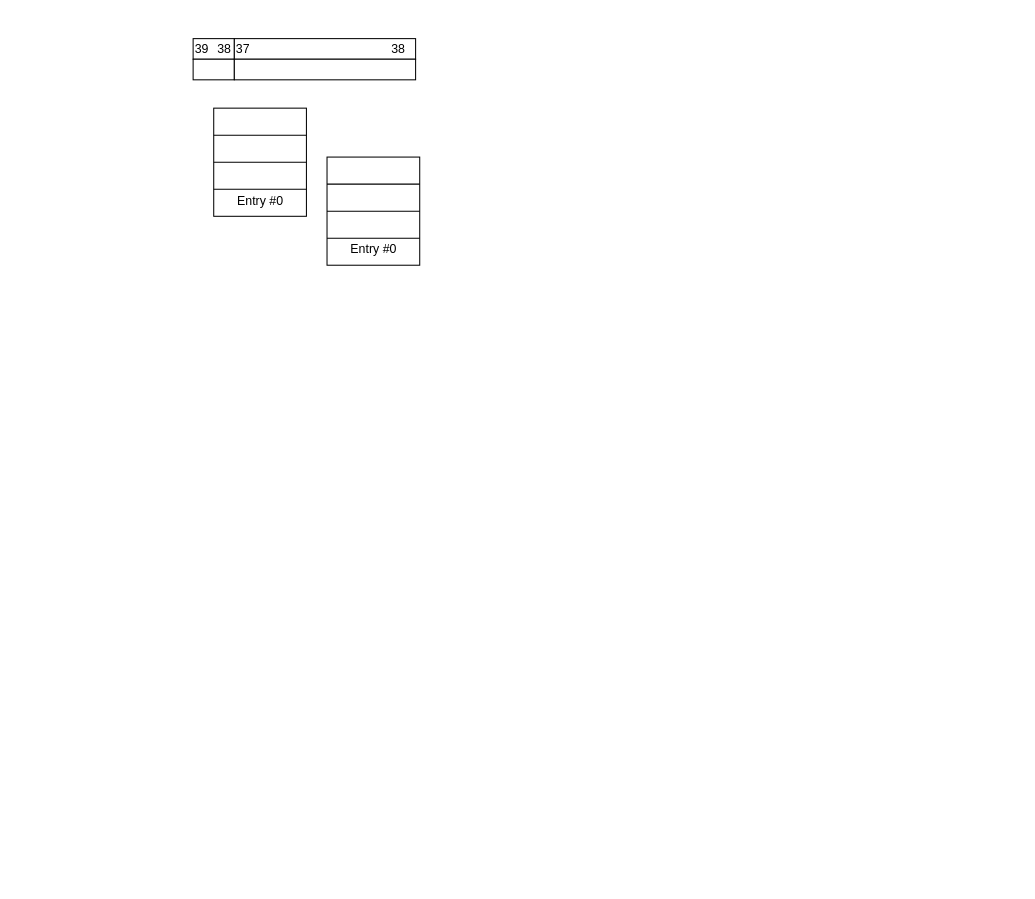
Before: Untitled Diagram.drawio in ayals99/HW4_OS, a draw.io diagram. Source tidied: cells renumbered, new cells numbered last; positions are measured from the earlier drawing's top-left corner, leaving out a move shared by most shapes. Both pictures are drawn from the tidied source at 103%, with x=0, y=0 at pixel (193, 33).
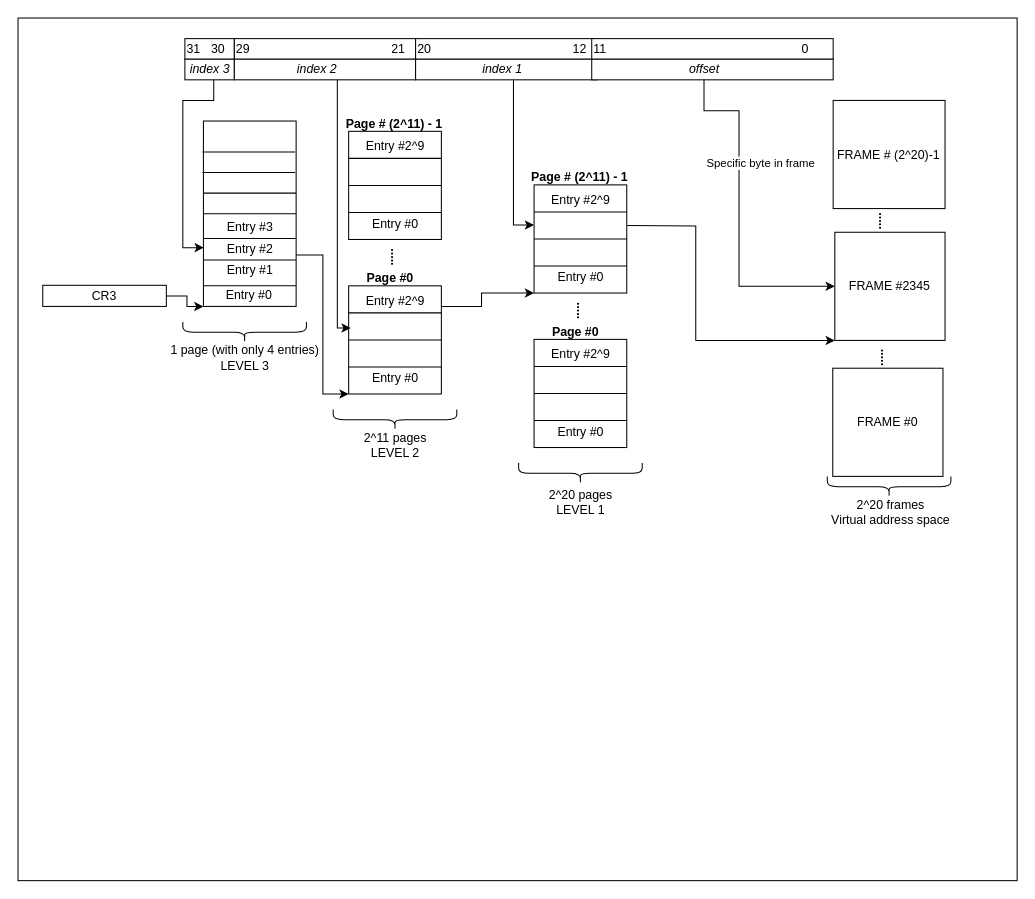
After the change.

Unchanged cells that the change refers to:
```xml
<mxCell id="10" style="rounded=0;whiteSpace=wrap;html=1;" parent="9" vertex="1">
  <mxGeometry y="25" width="176" height="20" as="geometry" />
</mxCell>
<mxCell id="19" style="rounded=1;whiteSpace=wrap;html=1;fontSize=12;glass=0;strokeWidth=1;shadow=0;arcSize=0;" parent="18" vertex="1">
  <mxGeometry width="90" height="105" as="geometry" />
</mxCell>
```

The edit, as a diff of the source:
```diff
@@
+    <mxCell id="24" style="whiteSpace=wrap;html=1;" parent="1" vertex="1">
+      <mxGeometry x="-170" y="-15" width="970" height="837.5" as="geometry" />
+    </mxCell>
     <mxCell id="2" style="group;" parent="1" vertex="1">
-      <mxGeometry y="5" width="50" height="40" as="geometry" />
+      <mxGeometry x="-8" y="5" width="60" height="45" as="geometry" />
     </mxCell>
-    <mxCell id="3" value="39" style="rounded=0;whiteSpace=wrap;html=1;align=left;" parent="2" vertex="1">
-      <mxGeometry width="40" height="20" as="geometry" />
+    <mxCell id="3" value="31" style="rounded=0;whiteSpace=wrap;html=1;align=left;" parent="2" vertex="1">
+      <mxGeometry width="48" height="20" as="geometry" />
     </mxCell>
     <mxCell id="4" style="group;" parent="2" vertex="1">
-      <mxGeometry y="-5" width="50" height="45" as="geometry" />
+      <mxGeometry y="-5" width="60" height="50" as="geometry" />
     </mxCell>
     <mxCell id="5" style="rounded=0;whiteSpace=wrap;html=1;" parent="4" vertex="1">
-      <mxGeometry y="25" width="40" height="20" as="geometry" />
+      <mxGeometry y="25" width="48" height="20" as="geometry" />
     </mxCell>
-    <mxCell id="6" value="38" style="text;html=1;align=center;verticalAlign=middle;strokeColor=none;fillColor=none;" parent="4" vertex="1">
-      <mxGeometry x="10" width="40" height="30" as="geometry" />
+    <mxCell id="6" value="30" style="text;html=1;align=center;verticalAlign=middle;strokeColor=none;fillColor=none;" parent="4" vertex="1">
+      <mxGeometry x="12" width="40" height="30" as="geometry" />
     </mxCell>
+    <mxCell id="25" value="&lt;i&gt;index 3&lt;/i&gt;" style="text;html=1;align=center;verticalAlign=middle;points=[];strokeColor=none;fillColor=none;" parent="4" vertex="1">
+      <mxGeometry x="-6" y="20" width="60" height="30" as="geometry" />
+    </mxCell>
     <mxCell id="7" style="group;" parent="1" vertex="1">
-      <mxGeometry x="40" y="5" width="220" height="40" as="geometry" />
+      <mxGeometry x="40" y="5" width="220" height="45" as="geometry" />
     </mxCell>
-    <mxCell id="8" value="37" style="rounded=0;whiteSpace=wrap;html=1;align=left;" parent="7" vertex="1">
+    <mxCell id="8" value="29" style="rounded=0;whiteSpace=wrap;html=1;align=left;" parent="7" vertex="1">
       <mxGeometry width="176" height="20" as="geometry" />
     </mxCell>
     <mxCell id="9" style="group;" parent="7" vertex="1">
-      <mxGeometry y="-5" width="220" height="45" as="geometry" />
+      <mxGeometry y="-5" width="220" height="50" as="geometry" />
     </mxCell>
@@
-    <mxCell id="11" value="38" style="text;html=1;align=center;verticalAlign=middle;strokeColor=none;fillColor=none;" parent="9" vertex="1">
+    <mxCell id="11" value="21" style="text;html=1;align=center;verticalAlign=middle;strokeColor=none;fillColor=none;" parent="9" vertex="1">
       <mxGeometry x="138.9" width="40" height="30" as="geometry" />
     </mxCell>
+    <mxCell id="26" value="&lt;i&gt;index 2&lt;/i&gt;" style="text;html=1;align=center;verticalAlign=middle;strokeColor=none;fillColor=none;" parent="9" vertex="1">
+      <mxGeometry x="50" y="20" width="60" height="30" as="geometry" />
+    </mxCell>
+    <mxCell id="27" style="group;" parent="1" vertex="1">
+      <mxGeometry x="216" y="5" width="220" height="68" as="geometry" />
+    </mxCell>
+    <mxCell id="28" value="20" style="rounded=0;whiteSpace=wrap;html=1;align=left;" parent="27" vertex="1">
+      <mxGeometry width="176" height="20" as="geometry" />
+    </mxCell>
+    <mxCell id="29" style="group;" parent="27" vertex="1">
+      <mxGeometry y="-5" width="220" height="73" as="geometry" />
+    </mxCell>
+    <mxCell id="30" style="rounded=0;whiteSpace=wrap;html=1;" parent="29" vertex="1">
+      <mxGeometry y="25" width="176" height="20" as="geometry" />
+    </mxCell>
+    <mxCell id="31" value="12" style="text;html=1;align=center;verticalAlign=middle;strokeColor=none;fillColor=none;" parent="29" vertex="1">
+      <mxGeometry x="138.9" width="40" height="30" as="geometry" />
+    </mxCell>
+    <mxCell id="32" value="&lt;i&gt;index 1&lt;/i&gt;" style="text;html=1;align=center;verticalAlign=middle;strokeColor=none;fillColor=none;" parent="29" vertex="1">
+      <mxGeometry x="54" y="20" width="60" height="30" as="geometry" />
+    </mxCell>
+    <mxCell id="33" style="group;" parent="1" vertex="1">
+      <mxGeometry x="387" y="5" width="293" height="45" as="geometry" />
+    </mxCell>
+    <mxCell id="34" value="11" style="rounded=0;whiteSpace=wrap;html=1;align=left;" parent="33" vertex="1">
+      <mxGeometry width="234.4" height="20" as="geometry" />
+    </mxCell>
+    <mxCell id="35" style="group;" parent="33" vertex="1">
+      <mxGeometry y="-5" width="293" height="50" as="geometry" />
+    </mxCell>
+    <mxCell id="36" style="rounded=0;whiteSpace=wrap;html=1;" parent="35" vertex="1">
+      <mxGeometry y="25" width="234.4" height="20" as="geometry" />
+    </mxCell>
+    <mxCell id="37" value="0" style="text;html=1;align=center;verticalAlign=middle;strokeColor=none;fillColor=none;" parent="35" vertex="1">
+      <mxGeometry x="191.7" width="30" height="30" as="geometry" />
+    </mxCell>
+    <mxCell id="38" value="&lt;i&gt;offset&lt;/i&gt;" style="text;html=1;align=center;verticalAlign=middle;strokeColor=none;fillColor=none;" parent="35" vertex="1">
+      <mxGeometry x="83.9" y="20" width="50" height="30" as="geometry" />
+    </mxCell>
+    <mxCell id="39" style="group;" parent="1" vertex="1">
+      <mxGeometry x="10" y="85" width="90" height="180" as="geometry" />
+    </mxCell>
-    <mxCell id="12" style="group;" parent="1" vertex="1">
-      <mxGeometry x="20" y="72.5" width="90" height="105" as="geometry" />
+    <mxCell id="12" style="group;" parent="39" vertex="1">
+      <mxGeometry width="90" height="180" as="geometry" />
     </mxCell>
     <mxCell id="13" style="rounded=1;whiteSpace=wrap;html=1;fontSize=12;glass=0;strokeWidth=1;shadow=0;arcSize=0;" parent="12" vertex="1">
-      <mxGeometry width="90" height="105" as="geometry" />
+      <mxGeometry width="90" height="180" as="geometry" />
     </mxCell>
     <mxCell id="14" value="Entry #0" style="text;html=1;align=center;verticalAlign=middle;strokeColor=none;fillColor=none;" parent="12" vertex="1">
-      <mxGeometry x="10" y="75" width="70" height="30" as="geometry" />
+      <mxGeometry x="9" y="154" width="70" height="30" as="geometry" />
     </mxCell>
-    <mxCell id="15" style="endArrow=none;html=1;rounded=0;exitX=0;exitY=0.25;exitDx=0;exitDy=0;entryX=1;entryY=0.25;entryDx=0;entryDy=0;" parent="12" edge="1" source="13" target="13">
-      <mxGeometry relative="1" as="geometry" />
+    <mxCell id="15" style="endArrow=none;html=1;rounded=0;exitX=0;exitY=0.25;exitDx=0;exitDy=0;entryX=1;entryY=0.25;entryDx=0;entryDy=0;" parent="12" edge="1">
+      <mxGeometry relative="1" as="geometry">
+        <mxPoint y="70" as="sourcePoint" />
+        <mxPoint x="90" y="70" as="targetPoint" />
+      </mxGeometry>
     </mxCell>
+    <mxCell id="17" style="endArrow=none;html=1;rounded=0;exitX=0;exitY=0.75;exitDx=0;exitDy=0;entryX=1;entryY=0.75;entryDx=0;entryDy=0;" parent="12" edge="1">
+      <mxGeometry relative="1" as="geometry">
+        <mxPoint y="160" as="sourcePoint" />
+        <mxPoint x="90" y="160" as="targetPoint" />
+      </mxGeometry>
+    </mxCell>
@@
-    <mxCell id="17" style="endArrow=none;html=1;rounded=0;exitX=0;exitY=0.75;exitDx=0;exitDy=0;entryX=1;entryY=0.75;entryDx=0;entryDy=0;" parent="12" edge="1" source="13" target="13">
-      <mxGeometry relative="1" as="geometry" />
-    </mxCell>
+    <mxCell id="40" value="Entry #1" style="text;html=1;align=center;verticalAlign=middle;strokeColor=none;fillColor=none;" parent="12" vertex="1">
+      <mxGeometry x="10" y="130" width="70" height="30" as="geometry" />
+    </mxCell>
+    <mxCell id="41" value="Entry #3" style="text;html=1;align=center;verticalAlign=middle;strokeColor=none;fillColor=none;" parent="12" vertex="1">
+      <mxGeometry x="10" y="88" width="70" height="30" as="geometry" />
+    </mxCell>
+    <mxCell id="42" style="endArrow=none;html=1;rounded=0;exitX=0;exitY=0.25;exitDx=0;exitDy=0;entryX=1;entryY=0.25;entryDx=0;entryDy=0;" parent="12" edge="1">
+      <mxGeometry relative="1" as="geometry">
+        <mxPoint x="-1" y="50" as="sourcePoint" />
+        <mxPoint x="89" y="50" as="targetPoint" />
+      </mxGeometry>
+    </mxCell>
+    <mxCell id="43" style="endArrow=none;html=1;rounded=0;exitX=0;exitY=0.25;exitDx=0;exitDy=0;entryX=1;entryY=0.25;entryDx=0;entryDy=0;" parent="12" edge="1">
+      <mxGeometry relative="1" as="geometry">
+        <mxPoint x="-1" y="30" as="sourcePoint" />
+        <mxPoint x="89" y="30" as="targetPoint" />
+      </mxGeometry>
+    </mxCell>
+    <mxCell id="44" value="Entry #2" style="text;html=1;align=center;verticalAlign=middle;strokeColor=none;fillColor=none;" parent="39" vertex="1">
+      <mxGeometry x="10" y="110" width="70" height="30" as="geometry" />
+    </mxCell>
+    <mxCell id="45" style="endArrow=none;html=1;rounded=0;exitX=0;exitY=0.25;exitDx=0;exitDy=0;entryX=1;entryY=0.25;entryDx=0;entryDy=0;" parent="39" edge="1">
+      <mxGeometry relative="1" as="geometry">
+        <mxPoint y="114" as="sourcePoint" />
+        <mxPoint x="90" y="114" as="targetPoint" />
+      </mxGeometry>
+    </mxCell>
+    <mxCell id="46" style="endArrow=none;html=1;rounded=0;exitX=0;exitY=0.25;exitDx=0;exitDy=0;entryX=1;entryY=0.25;entryDx=0;entryDy=0;" parent="39" edge="1">
+      <mxGeometry relative="1" as="geometry">
+        <mxPoint y="135" as="sourcePoint" />
+        <mxPoint x="90" y="135" as="targetPoint" />
+      </mxGeometry>
+    </mxCell>
     <mxCell id="18" style="group;" parent="1" vertex="1">
-      <mxGeometry x="130" y="120" width="90" height="105" as="geometry" />
+      <mxGeometry x="151" y="245" width="90" height="105" as="geometry" />
     </mxCell>
@@
+    <mxCell id="47" value="Entry #2^9" style="text;html=1;align=center;verticalAlign=middle;strokeColor=none;fillColor=none;" parent="18" vertex="1">
+      <mxGeometry x="5" width="80" height="30" as="geometry" />
+    </mxCell>
+    <mxCell id="48" value="Page # (2^11) - 1" style="text;html=1;align=center;verticalAlign=middle;strokeColor=none;fillColor=none;fontStyle=1;" parent="1" vertex="1">
+      <mxGeometry x="140" y="73" width="110" height="30" as="geometry" />
+    </mxCell>
+    <mxCell id="49" style="group;" parent="1" vertex="1">
+      <mxGeometry x="151" y="95" width="90" height="105" as="geometry" />
+    </mxCell>
+    <mxCell id="50" style="rounded=1;whiteSpace=wrap;html=1;fontSize=12;glass=0;strokeWidth=1;shadow=0;arcSize=0;" parent="49" vertex="1">
+      <mxGeometry width="90" height="105" as="geometry" />
+    </mxCell>
+    <mxCell id="51" value="Entry #0" style="text;html=1;align=center;verticalAlign=middle;strokeColor=none;fillColor=none;" parent="49" vertex="1">
+      <mxGeometry x="10" y="75" width="70" height="30" as="geometry" />
+    </mxCell>
+    <mxCell id="52" style="endArrow=none;html=1;rounded=0;exitX=0;exitY=0.25;exitDx=0;exitDy=0;entryX=1;entryY=0.25;entryDx=0;entryDy=0;" parent="49" edge="1" source="50" target="50">
+      <mxGeometry relative="1" as="geometry" />
+    </mxCell>
+    <mxCell id="53" style="endArrow=none;html=1;rounded=0;exitX=0;exitY=0.5;exitDx=0;exitDy=0;entryX=1;entryY=0.5;entryDx=0;entryDy=0;" parent="49" edge="1" source="50" target="50">
+      <mxGeometry relative="1" as="geometry" />
+    </mxCell>
+    <mxCell id="54" style="endArrow=none;html=1;rounded=0;exitX=0;exitY=0.75;exitDx=0;exitDy=0;entryX=1;entryY=0.75;entryDx=0;entryDy=0;" parent="49" edge="1" source="50" target="50">
+      <mxGeometry relative="1" as="geometry" />
+    </mxCell>
+    <mxCell id="55" value="Entry #2^9" style="text;html=1;align=center;verticalAlign=middle;strokeColor=none;fillColor=none;" parent="49" vertex="1">
+      <mxGeometry x="5" width="80" height="30" as="geometry" />
+    </mxCell>
+    <mxCell id="56" style="shape=curlyBracket;whiteSpace=wrap;html=1;rounded=1;labelPosition=left;verticalLabelPosition=middle;align=right;verticalAlign=middle;rotation=-90;" parent="1" vertex="1">
+      <mxGeometry x="186" y="315" width="20" height="120" as="geometry" />
+    </mxCell>
+    <mxCell id="57" value="2^11 pages&lt;div&gt;LEVEL 2&lt;/div&gt;" style="text;html=1;align=center;verticalAlign=middle;strokeColor=none;fillColor=none;" parent="1" vertex="1">
+      <mxGeometry x="156" y="380" width="80" height="40" as="geometry" />
+    </mxCell>
+    <mxCell id="58" value="Page #0" style="text;html=1;align=center;verticalAlign=middle;strokeColor=none;fillColor=none;fontStyle=1;" parent="1" vertex="1">
+      <mxGeometry x="156" y="223" width="70" height="30" as="geometry" />
+    </mxCell>
+    <mxCell id="59" value="....." style="text;html=1;align=center;verticalAlign=middle;strokeColor=none;fillColor=none;rotation=-90;fontStyle=1;" parent="1" vertex="1">
+      <mxGeometry x="171" y="203" width="40" height="30" as="geometry" />
+    </mxCell>
+    <mxCell id="60" style="edgeStyle=orthogonalEdgeStyle;rounded=0;jettySize=auto;html=1;entryX=0.004;entryY=0.683;entryDx=0;entryDy=0;entryPerimeter=0;exitX=0.567;exitY=0.833;exitDx=0;exitDy=0;exitPerimeter=0;" parent="1" edge="1" source="25" target="13">
+      <mxGeometry relative="1" as="geometry">
+        <Array as="points">
+          <mxPoint x="20" y="65" />
+          <mxPoint x="-10" y="65" />
+          <mxPoint x="-10" y="208" />
+        </Array>
+      </mxGeometry>
+    </mxCell>
+    <mxCell id="61" style="edgeStyle=orthogonalEdgeStyle;rounded=0;jettySize=auto;html=1;entryX=0;entryY=1;entryDx=0;entryDy=0;" parent="1" edge="1" source="13" target="19">
+      <mxGeometry relative="1" as="geometry">
+        <Array as="points">
+          <mxPoint x="126" y="215" />
+          <mxPoint x="126" y="350" />
+        </Array>
+      </mxGeometry>
+    </mxCell>
+    <mxCell id="62" style="group;" parent="1" vertex="1">
+      <mxGeometry x="331" y="297" width="90" height="105" as="geometry" />
+    </mxCell>
+    <mxCell id="63" style="rounded=1;whiteSpace=wrap;html=1;fontSize=12;glass=0;strokeWidth=1;shadow=0;arcSize=0;" parent="62" vertex="1">
+      <mxGeometry width="90" height="105" as="geometry" />
+    </mxCell>
+    <mxCell id="64" value="Entry #0" style="text;html=1;align=center;verticalAlign=middle;strokeColor=none;fillColor=none;" parent="62" vertex="1">
+      <mxGeometry x="10" y="75" width="70" height="30" as="geometry" />
+    </mxCell>
+    <mxCell id="65" style="endArrow=none;html=1;rounded=0;exitX=0;exitY=0.25;exitDx=0;exitDy=0;entryX=1;entryY=0.25;entryDx=0;entryDy=0;" parent="62" edge="1" source="63" target="63">
+      <mxGeometry relative="1" as="geometry" />
+    </mxCell>
+    <mxCell id="66" style="endArrow=none;html=1;rounded=0;exitX=0;exitY=0.5;exitDx=0;exitDy=0;entryX=1;entryY=0.5;entryDx=0;entryDy=0;" parent="62" edge="1" source="63" target="63">
+      <mxGeometry relative="1" as="geometry" />
+    </mxCell>
+    <mxCell id="67" style="endArrow=none;html=1;rounded=0;exitX=0;exitY=0.75;exitDx=0;exitDy=0;entryX=1;entryY=0.75;entryDx=0;entryDy=0;" parent="62" edge="1" source="63" target="63">
+      <mxGeometry relative="1" as="geometry" />
+    </mxCell>
+    <mxCell id="68" value="Entry #2^9" style="text;html=1;align=center;verticalAlign=middle;strokeColor=none;fillColor=none;" parent="62" vertex="1">
+      <mxGeometry x="5" width="80" height="30" as="geometry" />
+    </mxCell>
+    <mxCell id="69" value="Page # (2^11) - 1" style="text;html=1;align=center;verticalAlign=middle;strokeColor=none;fillColor=none;fontStyle=1;" parent="1" vertex="1">
+      <mxGeometry x="320" y="125" width="110" height="30" as="geometry" />
+    </mxCell>
+    <mxCell id="70" style="group;" parent="1" vertex="1">
+      <mxGeometry x="331" y="147" width="90" height="105" as="geometry" />
+    </mxCell>
+    <mxCell id="71" style="rounded=1;whiteSpace=wrap;html=1;fontSize=12;glass=0;strokeWidth=1;shadow=0;arcSize=0;" parent="70" vertex="1">
+      <mxGeometry width="90" height="105" as="geometry" />
+    </mxCell>
+    <mxCell id="72" value="Entry #0" style="text;html=1;align=center;verticalAlign=middle;strokeColor=none;fillColor=none;" parent="70" vertex="1">
+      <mxGeometry x="10" y="75" width="70" height="30" as="geometry" />
+    </mxCell>
+    <mxCell id="73" style="endArrow=none;html=1;rounded=0;exitX=0;exitY=0.25;exitDx=0;exitDy=0;entryX=1;entryY=0.25;entryDx=0;entryDy=0;" parent="70" edge="1" source="71" target="71">
+      <mxGeometry relative="1" as="geometry" />
+    </mxCell>
+    <mxCell id="74" style="endArrow=none;html=1;rounded=0;exitX=0;exitY=0.5;exitDx=0;exitDy=0;entryX=1;entryY=0.5;entryDx=0;entryDy=0;" parent="70" edge="1" source="71" target="71">
+      <mxGeometry relative="1" as="geometry" />
+    </mxCell>
+    <mxCell id="75" style="endArrow=none;html=1;rounded=0;exitX=0;exitY=0.75;exitDx=0;exitDy=0;entryX=1;entryY=0.75;entryDx=0;entryDy=0;" parent="70" edge="1" source="71" target="71">
+      <mxGeometry relative="1" as="geometry" />
+    </mxCell>
+    <mxCell id="76" value="Entry #2^9" style="text;html=1;align=center;verticalAlign=middle;strokeColor=none;fillColor=none;" parent="70" vertex="1">
+      <mxGeometry x="5" width="80" height="30" as="geometry" />
+    </mxCell>
+    <mxCell id="77" style="shape=curlyBracket;whiteSpace=wrap;html=1;rounded=1;labelPosition=left;verticalLabelPosition=middle;align=right;verticalAlign=middle;rotation=-90;" parent="1" vertex="1">
+      <mxGeometry x="366" y="367" width="20" height="120" as="geometry" />
+    </mxCell>
+    <mxCell id="78" value="Page #0" style="text;html=1;align=center;verticalAlign=middle;strokeColor=none;fillColor=none;fontStyle=1;" parent="1" vertex="1">
+      <mxGeometry x="336" y="275" width="70" height="30" as="geometry" />
+    </mxCell>
+    <mxCell id="79" value="....." style="text;html=1;align=center;verticalAlign=middle;strokeColor=none;fillColor=none;rotation=-90;fontStyle=1;" parent="1" vertex="1">
+      <mxGeometry x="351" y="255" width="40" height="30" as="geometry" />
+    </mxCell>
+    <mxCell id="80" style="shape=curlyBracket;whiteSpace=wrap;html=1;rounded=1;labelPosition=left;verticalLabelPosition=middle;align=right;verticalAlign=middle;rotation=-90;" parent="1" vertex="1">
+      <mxGeometry x="40" y="230" width="20" height="120" as="geometry" />
+    </mxCell>
+    <mxCell id="81" value="1 page (with only 4 entries)&lt;div&gt;LEVEL 3&lt;/div&gt;" style="text;html=1;align=center;verticalAlign=middle;strokeColor=none;fillColor=none;" parent="1" vertex="1">
+      <mxGeometry x="-35" y="295" width="170" height="40" as="geometry" />
+    </mxCell>
+    <mxCell id="82" value="2^20 pages&lt;div&gt;LEVEL 1&lt;/div&gt;" style="text;html=1;align=center;verticalAlign=middle;strokeColor=none;fillColor=none;" parent="1" vertex="1">
+      <mxGeometry x="331" y="435" width="90" height="40" as="geometry" />
+    </mxCell>
+    <mxCell id="83" style="edgeStyle=orthogonalEdgeStyle;rounded=0;jettySize=auto;html=1;entryX=0.022;entryY=0.39;entryDx=0;entryDy=0;entryPerimeter=0;" parent="1" edge="1" source="10" target="19">
+      <mxGeometry relative="1" as="geometry">
+        <Array as="points">
+          <mxPoint x="140" y="286" />
+        </Array>
+      </mxGeometry>
+    </mxCell>
+    <mxCell id="84" style="edgeStyle=orthogonalEdgeStyle;rounded=0;jettySize=auto;html=1;entryX=0;entryY=1;entryDx=0;entryDy=0;" parent="1" edge="1" source="19" target="71">
+      <mxGeometry relative="1" as="geometry">
+        <Array as="points">
+          <mxPoint x="280" y="265" />
+          <mxPoint x="280" y="252" />
+        </Array>
+      </mxGeometry>
+    </mxCell>
+    <mxCell id="85" style="edgeStyle=orthogonalEdgeStyle;rounded=0;jettySize=auto;html=1;entryX=0;entryY=0.371;entryDx=0;entryDy=0;entryPerimeter=0;" parent="1" edge="1" target="71">
+      <mxGeometry relative="1" as="geometry">
+        <mxPoint x="311" y="45" as="sourcePoint" />
+        <Array as="points">
+          <mxPoint x="311" y="186" />
+        </Array>
+      </mxGeometry>
+    </mxCell>
+    <mxCell id="86" value="FRAME #2345" style="rounded=1;whiteSpace=wrap;html=1;fontSize=12;glass=0;strokeWidth=1;shadow=0;arcSize=0;" parent="1" vertex="1">
+      <mxGeometry x="623" y="193" width="107" height="105" as="geometry" />
+    </mxCell>
+    <mxCell id="87" style="edgeStyle=orthogonalEdgeStyle;rounded=0;jettySize=auto;html=1;exitX=1.006;exitY=0.375;exitDx=0;exitDy=0;exitPerimeter=0;entryX=0;entryY=1;entryDx=0;entryDy=0;" parent="1" edge="1" source="71" target="86">
+      <mxGeometry relative="1" as="geometry">
+        <Array as="points">
+          <mxPoint x="423" y="186" />
+          <mxPoint x="488" y="187" />
+          <mxPoint x="488" y="298" />
+        </Array>
+      </mxGeometry>
+    </mxCell>
+    <mxCell id="88" style="edgeStyle=orthogonalEdgeStyle;rounded=0;jettySize=auto;html=1;entryX=0;entryY=0.5;entryDx=0;entryDy=0;" parent="1" edge="1" source="36" target="86">
+      <mxGeometry relative="1" as="geometry">
+        <Array as="points">
+          <mxPoint x="496" y="75" />
+          <mxPoint x="530" y="75" />
+          <mxPoint x="530" y="246" />
+        </Array>
+      </mxGeometry>
+    </mxCell>
+    <mxCell id="89" value="Specific byte in frame" style="edgeLabel;html=1;align=center;verticalAlign=middle;" parent="88" vertex="1">
+      <mxGeometry x="-0.19" y="1" relative="1" as="geometry">
+        <mxPoint x="19" y="-19" as="offset" />
+      </mxGeometry>
+    </mxCell>
+    <mxCell id="90" value="FRAME # (2^20)-1" style="rounded=1;whiteSpace=wrap;html=1;fontSize=12;glass=0;strokeWidth=1;shadow=0;arcSize=0;" parent="1" vertex="1">
+      <mxGeometry x="621.4" y="65" width="108.6" height="105" as="geometry" />
+    </mxCell>
+    <mxCell id="91" value="FRAME #0" style="rounded=1;whiteSpace=wrap;html=1;fontSize=12;glass=0;strokeWidth=1;shadow=0;arcSize=0;" parent="1" vertex="1">
+      <mxGeometry x="621" y="325" width="107" height="105" as="geometry" />
+    </mxCell>
+    <mxCell id="92" value="....." style="text;html=1;align=center;verticalAlign=middle;strokeColor=none;fillColor=none;rotation=-90;fontStyle=1;" parent="1" vertex="1">
+      <mxGeometry x="644" y="168" width="40" height="30" as="geometry" />
+    </mxCell>
+    <mxCell id="93" value="....." style="text;html=1;align=center;verticalAlign=middle;strokeColor=none;fillColor=none;rotation=-90;fontStyle=1;" parent="1" vertex="1">
+      <mxGeometry x="646.4" y="300" width="40" height="30" as="geometry" />
+    </mxCell>
+    <mxCell id="94" style="shape=curlyBracket;whiteSpace=wrap;html=1;rounded=1;labelPosition=left;verticalLabelPosition=middle;align=right;verticalAlign=middle;rotation=-90;" parent="1" vertex="1">
+      <mxGeometry x="665.7" y="380" width="20" height="120" as="geometry" />
+    </mxCell>
+    <mxCell id="95" value="2^20 frames&lt;br&gt;&lt;div&gt;Virtual address space&lt;/div&gt;" style="text;html=1;align=center;verticalAlign=middle;strokeColor=none;fillColor=none;" parent="1" vertex="1">
+      <mxGeometry x="606.5" y="445" width="140" height="40" as="geometry" />
+    </mxCell>
+    <mxCell id="96" value="CR3" style="whiteSpace=wrap;html=1;" parent="1" vertex="1">
+      <mxGeometry x="-146" y="244.5" width="120" height="20.5" as="geometry" />
+    </mxCell>
+    <mxCell id="97" style="edgeStyle=orthogonalEdgeStyle;rounded=0;jettySize=auto;html=1;entryX=0;entryY=1;entryDx=0;entryDy=0;" parent="1" edge="1" source="96" target="13">
+      <mxGeometry relative="1" as="geometry">
+        <Array as="points">
+          <mxPoint x="-6" y="255" />
+          <mxPoint x="-6" y="265" />
+        </Array>
+      </mxGeometry>
+    </mxCell>
```
